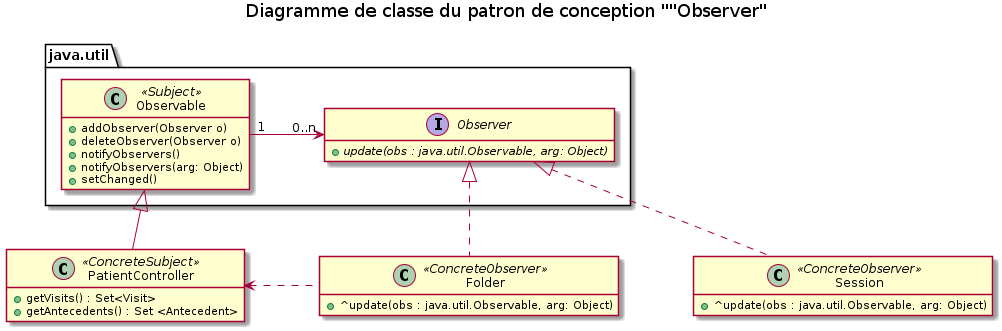
The PlantUML diagram models/Diagramme_Pattern/Pattern_observer/class_diagram.png in fethiuqam/INF5153-Projet-Session, before a commit. Source of this version:
```plantuml
@startuml

skinparam nodesep 75

hide empty members
title Diagramme de classe du patron de conception ""Observer"

class java.util.Observable <<Subject>>  {
  + addObserver(Observer o)
  + deleteObserver(Observer o)
  + notifyObservers()
  + notifyObservers(arg: Object)
  + setChanged()
}

interface java.util.Observer {
  + {abstract} update(obs : java.util.Observable, arg: Object)
}

java.util.Observable "1" -> "0..n" java.util.Observer

class  PatientController  <<ConcreteSubject>> {
  + getVisits() : Set<Visit>
  + getAntecedents() : Set <Antecedent>
}

java.util.Observable <|-- PatientController

class Folder <<ConcreteObserver>> {
  + ^update(obs : java.util.Observable, arg: Object)
}

class Session <<ConcreteObserver>> {
  + ^update(obs : java.util.Observable, arg: Object)
}

java.util.Observer <|.. Folder
java.util.Observer <|.. Session

PatientController <. Folder

@enduml
```
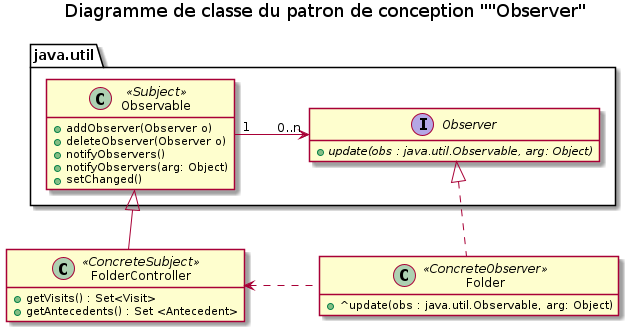
After the change.

Change to the diagram source:
```diff
@@ -19,24 +19,19 @@
 
 java.util.Observable "1" -> "0..n" java.util.Observer
 
-class  PatientController  <<ConcreteSubject>> {
+class  FolderController  <<ConcreteSubject>> {
   + getVisits() : Set<Visit>
   + getAntecedents() : Set <Antecedent>
 }
 
-java.util.Observable <|-- PatientController
+java.util.Observable <|-- FolderController
 
 class Folder <<ConcreteObserver>> {
   + ^update(obs : java.util.Observable, arg: Object)
 }
 
-class Session <<ConcreteObserver>> {
-  + ^update(obs : java.util.Observable, arg: Object)
-}
+java.util.Observer <|.. Folder
 
-java.util.Observer <|.. Folder
-java.util.Observer <|.. Session
-
-PatientController <. Folder
+FolderController <. Folder
 
 @enduml
```
